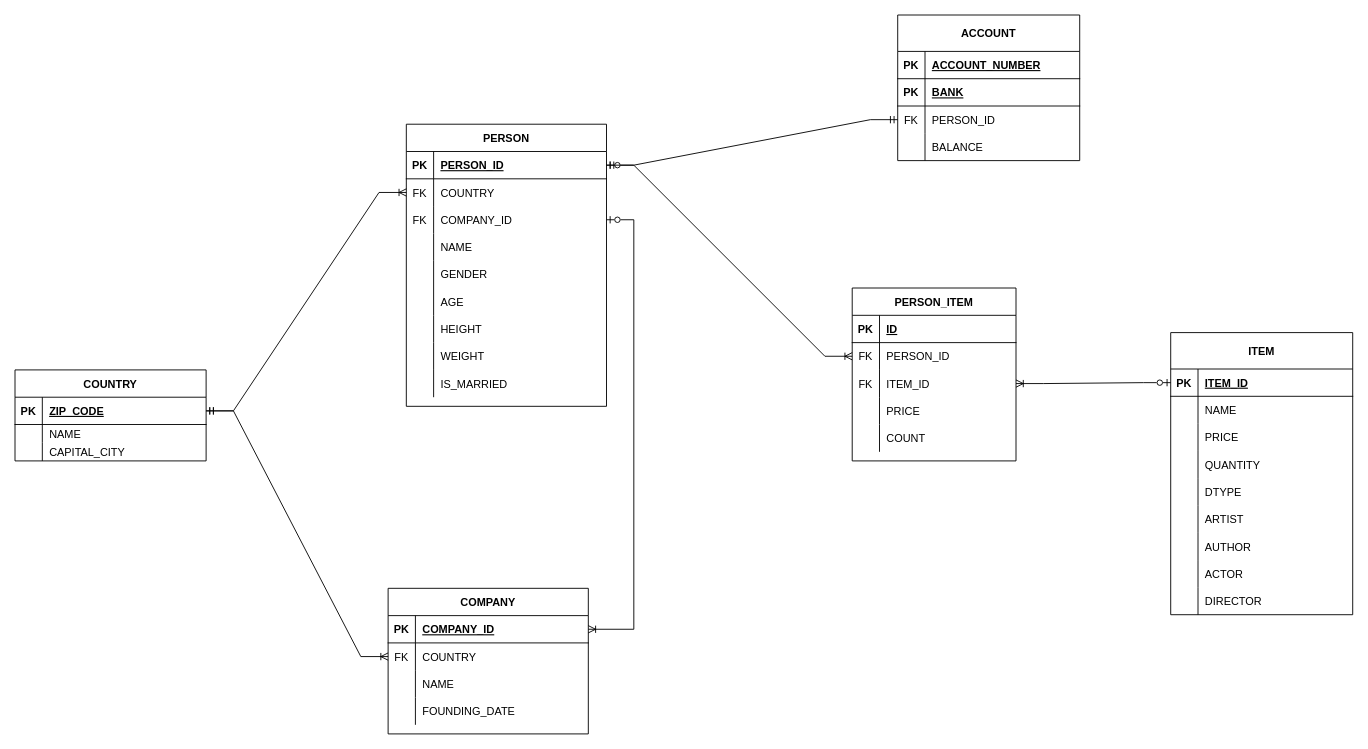
Earlier version of the draw.io diagram page "Page-3" (3 of 3) of comento.drawio (Biewoom/comento_server). Source tidied: cells renumbered, new cells numbered last; positions are measured from the earlier drawing's top-left corner, leaving out a move shared by most shapes. Both pictures are drawn from the tidied source at 91%, with x=0, y=0 at pixel (15, 15).
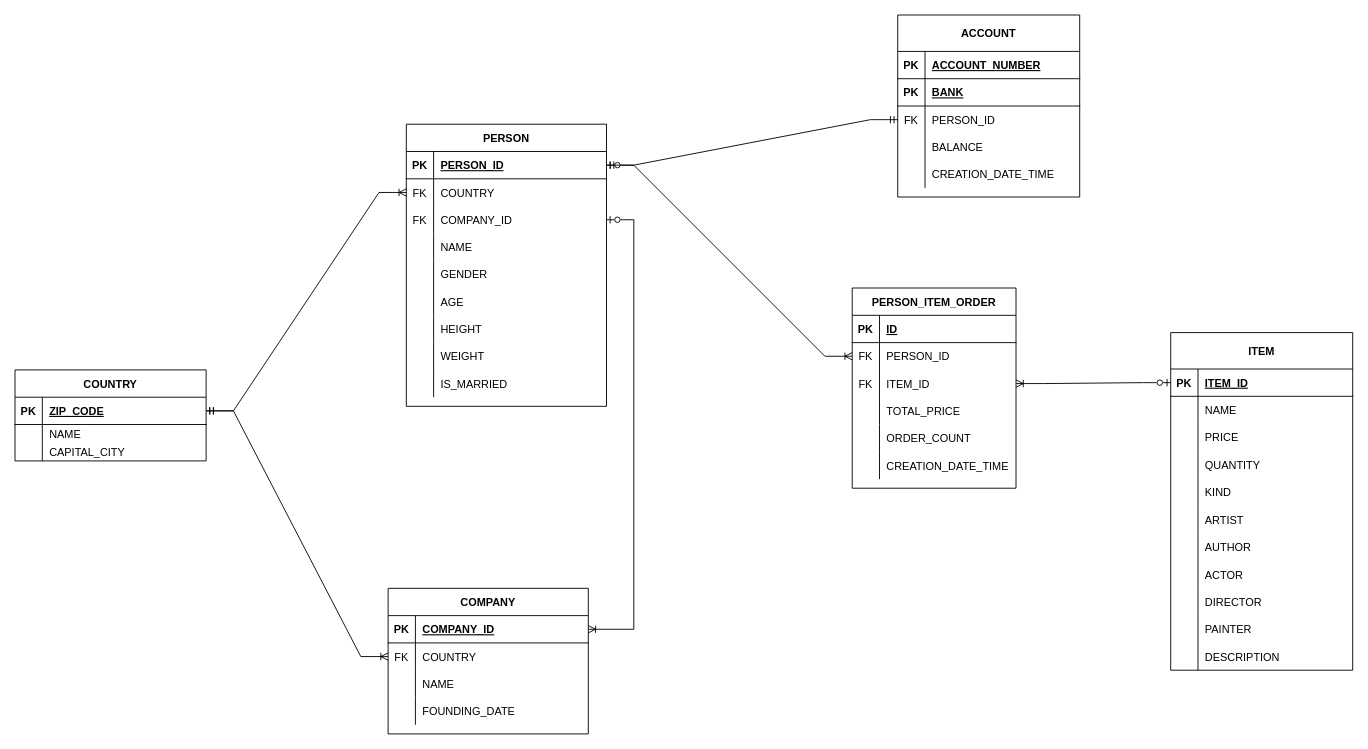
Above is the later version.

Unchanged cells that the change refers to:
```xml
<mxCell id="52" style="shape=tableRow;horizontal=0;startSize=0;swimlaneHead=0;swimlaneBody=0;fillColor=none;top=0;left=0;right=0;bottom=0;" parent="42" vertex="1">
  <mxGeometry y="120" width="180" height="30" as="geometry" />
</mxCell>
<mxCell id="55" style="shape=tableRow;horizontal=0;startSize=0;swimlaneHead=0;swimlaneBody=0;fillColor=none;top=0;left=0;right=0;bottom=0;" parent="42" vertex="1">
  <mxGeometry y="150" width="180" height="30" as="geometry" />
</mxCell>
```

Diff of the diagram source:
```diff
@@
-    <mxCell id="42" value="PERSON_ITEM" style="shape=table;startSize=30;childLayout=tableLayout;rowLines=0;fontStyle=1;align=center;" parent="1" vertex="1">
-      <mxGeometry x="920" y="300" width="180" height="190" as="geometry" />
+    <mxCell id="42" value="PERSON_ITEM_ORDER" style="shape=table;startSize=30;childLayout=tableLayout;rowLines=0;fontStyle=1;align=center;" parent="1" vertex="1">
+      <mxGeometry x="920" y="300" width="180" height="220" as="geometry" />
     </mxCell>
@@
-    <mxCell id="54" value="PRICE" style="shape=partialRectangle;fillColor=none;top=0;left=0;bottom=0;right=0;align=left;spacingLeft=6;overflow=hidden;" parent="52" vertex="1">
+    <mxCell id="54" value="TOTAL_PRICE" style="shape=partialRectangle;fillColor=none;top=0;left=0;bottom=0;right=0;align=left;spacingLeft=6;overflow=hidden;" parent="52" vertex="1">
       <mxGeometry x="30" width="150" height="30" as="geometry" />
     </mxCell>
@@
-    <mxCell id="57" value="COUNT" style="shape=partialRectangle;fillColor=none;top=0;left=0;bottom=0;right=0;align=left;spacingLeft=6;overflow=hidden;" parent="55" vertex="1">
+    <mxCell id="57" value="ORDER_COUNT" style="shape=partialRectangle;fillColor=none;top=0;left=0;bottom=0;right=0;align=left;spacingLeft=6;overflow=hidden;" parent="55" vertex="1">
       <mxGeometry x="30" width="150" height="30" as="geometry" />
     </mxCell>
+    <mxCell id="116" style="shape=tableRow;horizontal=0;startSize=0;swimlaneHead=0;swimlaneBody=0;fillColor=none;top=0;left=0;right=0;bottom=0;" parent="42" vertex="1">
+      <mxGeometry y="180" width="180" height="30" as="geometry" />
+    </mxCell>
+    <mxCell id="117" style="shape=partialRectangle;fillColor=none;top=0;left=0;bottom=0;right=0;overflow=hidden;" parent="116" vertex="1">
+      <mxGeometry width="30" height="30" as="geometry" />
+    </mxCell>
+    <mxCell id="118" value="CREATION_DATE_TIME" style="shape=partialRectangle;fillColor=none;top=0;left=0;bottom=0;right=0;align=left;spacingLeft=6;overflow=hidden;" parent="116" vertex="1">
+      <mxGeometry x="30" width="150" height="30" as="geometry" />
+    </mxCell>
     <mxCell id="58" value="ITEM" style="shape=table;startSize=40;childLayout=tableLayout;rowLines=0;fontStyle=1;align=center;" parent="1" vertex="1">
-      <mxGeometry x="1270" y="349" width="200" height="310" as="geometry" />
+      <mxGeometry x="1270" y="349" width="200" height="371" as="geometry" />
     </mxCell>
@@
     <mxCell id="71" style="shape=tableRow;horizontal=0;startSize=0;swimlaneHead=0;swimlaneBody=0;fillColor=none;top=0;left=0;right=0;bottom=0;" parent="58" vertex="1">
-      <mxGeometry y="160" width="200" height="30" as="geometry" />
+      <mxGeometry y="160" width="200" height="31" as="geometry" />
     </mxCell>
     <mxCell id="72" style="shape=partialRectangle;fillColor=none;top=0;left=0;bottom=0;right=0;overflow=hidden;" parent="71" vertex="1">
-      <mxGeometry width="30" height="30" as="geometry" />
+      <mxGeometry width="30" height="31" as="geometry" />
     </mxCell>
-    <mxCell id="73" value="DTYPE" style="shape=partialRectangle;fillColor=none;top=0;left=0;bottom=0;right=0;align=left;spacingLeft=6;overflow=hidden;" parent="71" vertex="1">
-      <mxGeometry x="30" width="170" height="30" as="geometry" />
+    <mxCell id="73" value="KIND" style="shape=partialRectangle;fillColor=none;top=0;left=0;bottom=0;right=0;align=left;spacingLeft=6;overflow=hidden;" parent="71" vertex="1">
+      <mxGeometry x="30" width="170" height="31" as="geometry" />
     </mxCell>
     <mxCell id="74" style="shape=tableRow;horizontal=0;startSize=0;swimlaneHead=0;swimlaneBody=0;fillColor=none;top=0;left=0;right=0;bottom=0;" parent="58" vertex="1">
-      <mxGeometry y="190" width="200" height="30" as="geometry" />
+      <mxGeometry y="191" width="200" height="30" as="geometry" />
     </mxCell>
@@
     <mxCell id="77" style="shape=tableRow;horizontal=0;startSize=0;swimlaneHead=0;swimlaneBody=0;fillColor=none;top=0;left=0;right=0;bottom=0;" parent="58" vertex="1">
-      <mxGeometry y="220" width="200" height="30" as="geometry" />
+      <mxGeometry y="221" width="200" height="30" as="geometry" />
     </mxCell>
@@
     <mxCell id="80" style="shape=tableRow;horizontal=0;startSize=0;swimlaneHead=0;swimlaneBody=0;fillColor=none;top=0;left=0;right=0;bottom=0;" parent="58" vertex="1">
-      <mxGeometry y="250" width="200" height="30" as="geometry" />
+      <mxGeometry y="251" width="200" height="30" as="geometry" />
     </mxCell>
@@
     <mxCell id="83" style="shape=tableRow;horizontal=0;startSize=0;swimlaneHead=0;swimlaneBody=0;fillColor=none;top=0;left=0;right=0;bottom=0;" parent="58" vertex="1">
-      <mxGeometry y="280" width="200" height="30" as="geometry" />
+      <mxGeometry y="281" width="200" height="30" as="geometry" />
     </mxCell>
@@
+    <mxCell id="119" style="shape=tableRow;horizontal=0;startSize=0;swimlaneHead=0;swimlaneBody=0;fillColor=none;top=0;left=0;right=0;bottom=0;" parent="58" vertex="1">
+      <mxGeometry y="311" width="200" height="30" as="geometry" />
+    </mxCell>
+    <mxCell id="120" style="shape=partialRectangle;fillColor=none;top=0;left=0;bottom=0;right=0;overflow=hidden;" parent="119" vertex="1">
+      <mxGeometry width="30" height="30" as="geometry" />
+    </mxCell>
+    <mxCell id="121" value="PAINTER" style="shape=partialRectangle;fillColor=none;top=0;left=0;bottom=0;right=0;align=left;spacingLeft=6;overflow=hidden;" parent="119" vertex="1">
+      <mxGeometry x="30" width="170" height="30" as="geometry" />
+    </mxCell>
+    <mxCell id="122" style="shape=tableRow;horizontal=0;startSize=0;swimlaneHead=0;swimlaneBody=0;fillColor=none;top=0;left=0;right=0;bottom=0;" parent="58" vertex="1">
+      <mxGeometry y="341" width="200" height="30" as="geometry" />
+    </mxCell>
+    <mxCell id="123" style="shape=partialRectangle;fillColor=none;top=0;left=0;bottom=0;right=0;overflow=hidden;" parent="122" vertex="1">
+      <mxGeometry width="30" height="30" as="geometry" />
+    </mxCell>
+    <mxCell id="124" value="DESCRIPTION" style="shape=partialRectangle;fillColor=none;top=0;left=0;bottom=0;right=0;align=left;spacingLeft=6;overflow=hidden;" parent="122" vertex="1">
+      <mxGeometry x="30" width="170" height="30" as="geometry" />
+    </mxCell>
@@
     <mxCell id="102" value="ACCOUNT" style="shape=table;startSize=40;childLayout=tableLayout;rowLines=0;fontStyle=1;align=center;" parent="1" vertex="1">
-      <mxGeometry x="970" width="200" height="160" as="geometry" />
+      <mxGeometry x="970" width="200" height="200" as="geometry" />
     </mxCell>
@@
+    <mxCell id="125" style="shape=tableRow;horizontal=0;startSize=0;swimlaneHead=0;swimlaneBody=0;fillColor=none;top=0;left=0;right=0;bottom=0;" parent="102" vertex="1">
+      <mxGeometry y="160" width="200" height="30" as="geometry" />
+    </mxCell>
+    <mxCell id="126" style="shape=partialRectangle;fillColor=none;top=0;left=0;bottom=0;right=0;overflow=hidden;" parent="125" vertex="1">
+      <mxGeometry width="30" height="30" as="geometry" />
+    </mxCell>
+    <mxCell id="127" value="CREATION_DATE_TIME" style="shape=partialRectangle;fillColor=none;top=0;left=0;bottom=0;right=0;align=left;spacingLeft=6;overflow=hidden;" parent="125" vertex="1">
+      <mxGeometry x="30" width="170" height="30" as="geometry" />
+    </mxCell>
```
